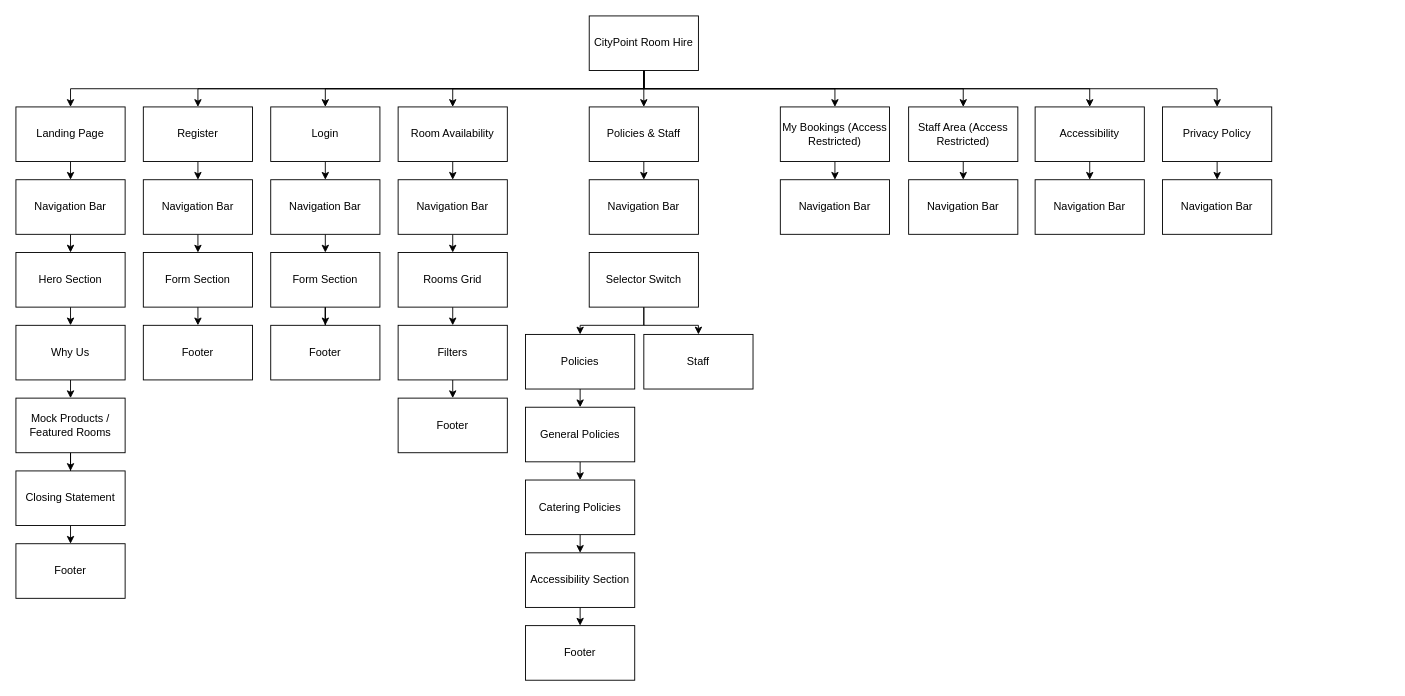
Above: Task 1b/sitemap.drawio in demarcodavinci/mockexamjan (draw.io), before the change. Source tidied: cells renumbered, new cells numbered last; positions are measured from the earlier drawing's top-left corner, leaving out a move shared by most shapes. Both pictures are drawn from the tidied source at 91%, with x=0, y=0 at pixel (15, 15).
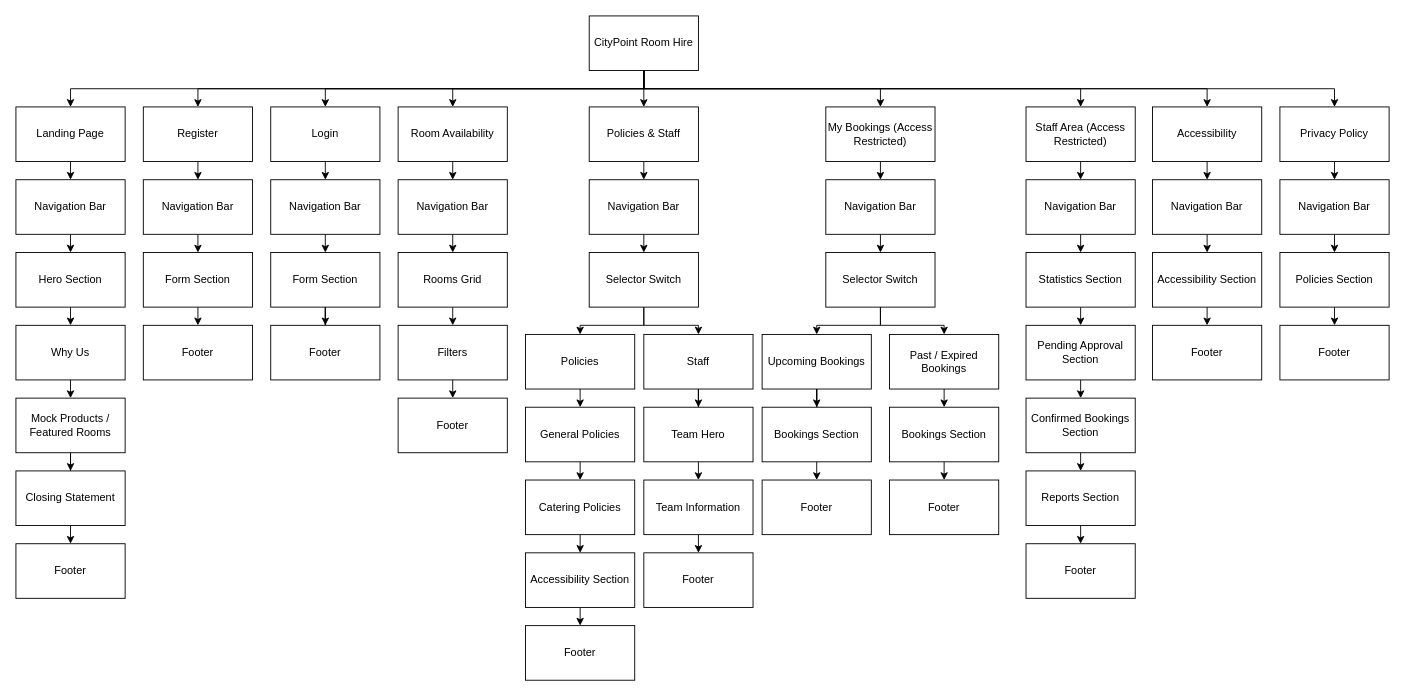
The same diagram, later.

The change refers to these unchanged cells:
```xml
<mxCell id="38" value="Navigation Bar" style="rounded=0;whiteSpace=wrap;html=1;" parent="1" vertex="1">
  <mxGeometry x="630" y="180" width="120" height="60" as="geometry" />
</mxCell>
<mxCell id="65" value="Selector Switch" style="rounded=0;whiteSpace=wrap;html=1;" parent="1" vertex="1">
  <mxGeometry x="630" y="260" width="120" height="60" as="geometry" />
</mxCell>
<mxCell id="68" value="Staff" style="rounded=0;whiteSpace=wrap;html=1;" parent="1" vertex="1">
  <mxGeometry x="690" y="350" width="120" height="60" as="geometry" />
</mxCell>
```

Change to the diagram source:
```diff
@@
     <mxCell id="21" value="My Bookings (Access Restricted)" style="rounded=0;whiteSpace=wrap;html=1;" parent="1" vertex="1">
-      <mxGeometry x="840" y="100" width="120" height="60" as="geometry" />
+      <mxGeometry x="890" y="100" width="120" height="60" as="geometry" />
     </mxCell>
@@
     <mxCell id="23" value="Accessibility" style="rounded=0;whiteSpace=wrap;html=1;" parent="1" vertex="1">
-      <mxGeometry x="1120" y="100" width="120" height="60" as="geometry" />
+      <mxGeometry x="1249" y="100" width="120" height="60" as="geometry" />
     </mxCell>
@@
     <mxCell id="25" value="Privacy Policy" style="rounded=0;whiteSpace=wrap;html=1;" parent="1" vertex="1">
-      <mxGeometry x="1260" y="100" width="120" height="60" as="geometry" />
+      <mxGeometry x="1389" y="100" width="120" height="60" as="geometry" />
     </mxCell>
@@
     <mxCell id="29" value="Staff Area (Access Restricted)" style="rounded=0;whiteSpace=wrap;html=1;" parent="1" vertex="1">
-      <mxGeometry x="981" y="100" width="120" height="60" as="geometry" />
+      <mxGeometry x="1110" y="100" width="120" height="60" as="geometry" />
     </mxCell>
@@
+    <mxCell id="76" style="edgeStyle=orthogonalEdgeStyle;rounded=0;jettySize=auto;html=1;exitX=0.5;exitY=1;exitDx=0;exitDy=0;entryX=0.5;entryY=0;entryDx=0;entryDy=0;" parent="1" edge="1" source="38" target="65">
+      <mxGeometry relative="1" as="geometry" />
+    </mxCell>
@@
+    <mxCell id="77" style="edgeStyle=orthogonalEdgeStyle;rounded=0;jettySize=auto;html=1;exitX=0.5;exitY=1;exitDx=0;exitDy=0;entryX=0.5;entryY=0;entryDx=0;entryDy=0;" parent="1" edge="1" source="39" target="89">
+      <mxGeometry relative="1" as="geometry" />
+    </mxCell>
     <mxCell id="39" value="Navigation Bar" style="rounded=0;whiteSpace=wrap;html=1;" parent="1" vertex="1">
-      <mxGeometry x="840" y="180" width="120" height="60" as="geometry" />
+      <mxGeometry x="890" y="180" width="120" height="60" as="geometry" />
     </mxCell>
+    <mxCell id="78" style="edgeStyle=orthogonalEdgeStyle;rounded=0;jettySize=auto;html=1;exitX=0.5;exitY=1;exitDx=0;exitDy=0;entryX=0.5;entryY=0;entryDx=0;entryDy=0;" parent="1" edge="1" source="40" target="101">
+      <mxGeometry relative="1" as="geometry" />
+    </mxCell>
     <mxCell id="40" value="Navigation Bar" style="rounded=0;whiteSpace=wrap;html=1;" parent="1" vertex="1">
-      <mxGeometry x="981" y="180" width="120" height="60" as="geometry" />
+      <mxGeometry x="1110" y="180" width="120" height="60" as="geometry" />
     </mxCell>
+    <mxCell id="79" style="edgeStyle=orthogonalEdgeStyle;rounded=0;jettySize=auto;html=1;exitX=0.5;exitY=1;exitDx=0;exitDy=0;entryX=0.5;entryY=0;entryDx=0;entryDy=0;" parent="1" edge="1" source="41" target="110">
+      <mxGeometry relative="1" as="geometry" />
+    </mxCell>
     <mxCell id="41" value="Navigation Bar" style="rounded=0;whiteSpace=wrap;html=1;" parent="1" vertex="1">
-      <mxGeometry x="1120" y="180" width="120" height="60" as="geometry" />
+      <mxGeometry x="1249" y="180" width="120" height="60" as="geometry" />
     </mxCell>
+    <mxCell id="80" style="edgeStyle=orthogonalEdgeStyle;rounded=0;jettySize=auto;html=1;exitX=0.5;exitY=1;exitDx=0;exitDy=0;entryX=0.5;entryY=0;entryDx=0;entryDy=0;" parent="1" edge="1" source="42" target="113">
+      <mxGeometry relative="1" as="geometry" />
+    </mxCell>
     <mxCell id="42" value="Navigation Bar" style="rounded=0;whiteSpace=wrap;html=1;" parent="1" vertex="1">
-      <mxGeometry x="1260" y="180" width="120" height="60" as="geometry" />
+      <mxGeometry x="1389" y="180" width="120" height="60" as="geometry" />
     </mxCell>
@@
+    <mxCell id="81" style="edgeStyle=orthogonalEdgeStyle;rounded=0;jettySize=auto;html=1;exitX=0.5;exitY=1;exitDx=0;exitDy=0;" parent="1" edge="1" source="68" target="83">
+      <mxGeometry relative="1" as="geometry" />
+    </mxCell>
@@
+    <mxCell id="82" style="edgeStyle=orthogonalEdgeStyle;rounded=0;jettySize=auto;html=1;exitX=0.5;exitY=1;exitDx=0;exitDy=0;entryX=0.5;entryY=0;entryDx=0;entryDy=0;" parent="1" edge="1" source="83" target="85">
+      <mxGeometry relative="1" as="geometry" />
+    </mxCell>
+    <mxCell id="83" value="Team Hero" style="rounded=0;whiteSpace=wrap;html=1;" parent="1" vertex="1">
+      <mxGeometry x="690" y="430" width="120" height="60" as="geometry" />
+    </mxCell>
+    <mxCell id="84" style="edgeStyle=orthogonalEdgeStyle;rounded=0;jettySize=auto;html=1;exitX=0.5;exitY=1;exitDx=0;exitDy=0;entryX=0.5;entryY=0;entryDx=0;entryDy=0;" parent="1" edge="1" source="85" target="86">
+      <mxGeometry relative="1" as="geometry" />
+    </mxCell>
+    <mxCell id="85" value="Team Information" style="rounded=0;whiteSpace=wrap;html=1;" parent="1" vertex="1">
+      <mxGeometry x="690" y="510" width="120" height="60" as="geometry" />
+    </mxCell>
+    <mxCell id="86" value="Footer" style="rounded=0;whiteSpace=wrap;html=1;" parent="1" vertex="1">
+      <mxGeometry x="690" y="590" width="120" height="60" as="geometry" />
+    </mxCell>
+    <mxCell id="87" style="edgeStyle=orthogonalEdgeStyle;rounded=0;jettySize=auto;html=1;exitX=0.5;exitY=1;exitDx=0;exitDy=0;entryX=0.5;entryY=0;entryDx=0;entryDy=0;" parent="1" edge="1" source="89" target="91">
+      <mxGeometry relative="1" as="geometry" />
+    </mxCell>
+    <mxCell id="88" style="edgeStyle=orthogonalEdgeStyle;rounded=0;jettySize=auto;html=1;exitX=0.5;exitY=1;exitDx=0;exitDy=0;entryX=0.5;entryY=0;entryDx=0;entryDy=0;" parent="1" edge="1" source="89" target="93">
+      <mxGeometry relative="1" as="geometry" />
+    </mxCell>
+    <mxCell id="89" value="Selector Switch" style="rounded=0;whiteSpace=wrap;html=1;" parent="1" vertex="1">
+      <mxGeometry x="890" y="260" width="120" height="60" as="geometry" />
+    </mxCell>
+    <mxCell id="90" style="edgeStyle=orthogonalEdgeStyle;rounded=0;jettySize=auto;html=1;exitX=0.5;exitY=1;exitDx=0;exitDy=0;" parent="1" edge="1" source="91" target="98">
+      <mxGeometry relative="1" as="geometry" />
+    </mxCell>
+    <mxCell id="91" value="Upcoming Bookings" style="rounded=0;whiteSpace=wrap;html=1;" parent="1" vertex="1">
+      <mxGeometry x="820" y="350" width="120" height="60" as="geometry" />
+    </mxCell>
+    <mxCell id="92" style="edgeStyle=orthogonalEdgeStyle;rounded=0;jettySize=auto;html=1;exitX=0.5;exitY=1;exitDx=0;exitDy=0;entryX=0.5;entryY=0;entryDx=0;entryDy=0;" parent="1" edge="1" source="93" target="95">
+      <mxGeometry relative="1" as="geometry" />
+    </mxCell>
+    <mxCell id="93" value="Past / Expired Bookings" style="rounded=0;whiteSpace=wrap;html=1;" parent="1" vertex="1">
+      <mxGeometry x="960" y="350" width="120" height="60" as="geometry" />
+    </mxCell>
+    <mxCell id="94" style="edgeStyle=orthogonalEdgeStyle;rounded=0;jettySize=auto;html=1;exitX=0.5;exitY=1;exitDx=0;exitDy=0;entryX=0.5;entryY=0;entryDx=0;entryDy=0;" parent="1" edge="1" source="95" target="96">
+      <mxGeometry relative="1" as="geometry" />
+    </mxCell>
+    <mxCell id="95" value="Bookings Section" style="rounded=0;whiteSpace=wrap;html=1;" parent="1" vertex="1">
+      <mxGeometry x="960" y="430" width="120" height="60" as="geometry" />
+    </mxCell>
+    <mxCell id="96" value="Footer" style="rounded=0;whiteSpace=wrap;html=1;" parent="1" vertex="1">
+      <mxGeometry x="960" y="510" width="120" height="60" as="geometry" />
+    </mxCell>
+    <mxCell id="97" style="edgeStyle=orthogonalEdgeStyle;rounded=0;jettySize=auto;html=1;exitX=0.5;exitY=1;exitDx=0;exitDy=0;entryX=0.5;entryY=0;entryDx=0;entryDy=0;" parent="1" edge="1" source="98" target="99">
+      <mxGeometry relative="1" as="geometry" />
+    </mxCell>
+    <mxCell id="98" value="Bookings Section" style="rounded=0;whiteSpace=wrap;html=1;" parent="1" vertex="1">
+      <mxGeometry x="820" y="430" width="120" height="60" as="geometry" />
+    </mxCell>
+    <mxCell id="99" value="Footer" style="rounded=0;whiteSpace=wrap;html=1;" parent="1" vertex="1">
+      <mxGeometry x="820" y="510" width="120" height="60" as="geometry" />
+    </mxCell>
+    <mxCell id="100" style="edgeStyle=orthogonalEdgeStyle;rounded=0;jettySize=auto;html=1;exitX=0.5;exitY=1;exitDx=0;exitDy=0;entryX=0.5;entryY=0;entryDx=0;entryDy=0;" parent="1" edge="1" source="101" target="103">
+      <mxGeometry relative="1" as="geometry" />
+    </mxCell>
+    <mxCell id="101" value="Statistics Section" style="rounded=0;whiteSpace=wrap;html=1;" parent="1" vertex="1">
+      <mxGeometry x="1110" y="260" width="120" height="60" as="geometry" />
+    </mxCell>
+    <mxCell id="102" style="edgeStyle=orthogonalEdgeStyle;rounded=0;jettySize=auto;html=1;exitX=0.5;exitY=1;exitDx=0;exitDy=0;entryX=0.5;entryY=0;entryDx=0;entryDy=0;" parent="1" edge="1" source="103" target="105">
+      <mxGeometry relative="1" as="geometry" />
+    </mxCell>
+    <mxCell id="103" value="Pending Approval Section" style="rounded=0;whiteSpace=wrap;html=1;" parent="1" vertex="1">
+      <mxGeometry x="1110" y="340" width="120" height="60" as="geometry" />
+    </mxCell>
+    <mxCell id="104" style="edgeStyle=orthogonalEdgeStyle;rounded=0;jettySize=auto;html=1;exitX=0.5;exitY=1;exitDx=0;exitDy=0;entryX=0.5;entryY=0;entryDx=0;entryDy=0;" parent="1" edge="1" source="105" target="107">
+      <mxGeometry relative="1" as="geometry" />
+    </mxCell>
+    <mxCell id="105" value="Confirmed Bookings Section" style="rounded=0;whiteSpace=wrap;html=1;" parent="1" vertex="1">
+      <mxGeometry x="1110" y="420" width="120" height="60" as="geometry" />
+    </mxCell>
+    <mxCell id="106" style="edgeStyle=orthogonalEdgeStyle;rounded=0;jettySize=auto;html=1;exitX=0.5;exitY=1;exitDx=0;exitDy=0;entryX=0.5;entryY=0;entryDx=0;entryDy=0;" parent="1" edge="1" source="107" target="108">
+      <mxGeometry relative="1" as="geometry" />
+    </mxCell>
+    <mxCell id="107" value="Reports Section" style="rounded=0;whiteSpace=wrap;html=1;" parent="1" vertex="1">
+      <mxGeometry x="1110" y="500" width="120" height="60" as="geometry" />
+    </mxCell>
+    <mxCell id="108" value="Footer" style="rounded=0;whiteSpace=wrap;html=1;" parent="1" vertex="1">
+      <mxGeometry x="1110" y="580" width="120" height="60" as="geometry" />
+    </mxCell>
+    <mxCell id="109" style="edgeStyle=orthogonalEdgeStyle;rounded=0;jettySize=auto;html=1;exitX=0.5;exitY=1;exitDx=0;exitDy=0;entryX=0.5;entryY=0;entryDx=0;entryDy=0;" parent="1" edge="1" source="110" target="111">
+      <mxGeometry relative="1" as="geometry" />
+    </mxCell>
+    <mxCell id="110" value="Accessibility Section" style="rounded=0;whiteSpace=wrap;html=1;" parent="1" vertex="1">
+      <mxGeometry x="1249" y="260" width="120" height="60" as="geometry" />
+    </mxCell>
+    <mxCell id="111" value="Footer" style="rounded=0;whiteSpace=wrap;html=1;" parent="1" vertex="1">
+      <mxGeometry x="1249" y="340" width="120" height="60" as="geometry" />
+    </mxCell>
+    <mxCell id="112" style="edgeStyle=orthogonalEdgeStyle;rounded=0;jettySize=auto;html=1;exitX=0.5;exitY=1;exitDx=0;exitDy=0;entryX=0.5;entryY=0;entryDx=0;entryDy=0;" parent="1" edge="1" source="113" target="114">
+      <mxGeometry relative="1" as="geometry" />
+    </mxCell>
+    <mxCell id="113" value="Policies Section" style="rounded=0;whiteSpace=wrap;html=1;" parent="1" vertex="1">
+      <mxGeometry x="1389" y="260" width="120" height="60" as="geometry" />
+    </mxCell>
+    <mxCell id="114" value="Footer" style="rounded=0;whiteSpace=wrap;html=1;" parent="1" vertex="1">
+      <mxGeometry x="1389" y="340" width="120" height="60" as="geometry" />
+    </mxCell>
```
